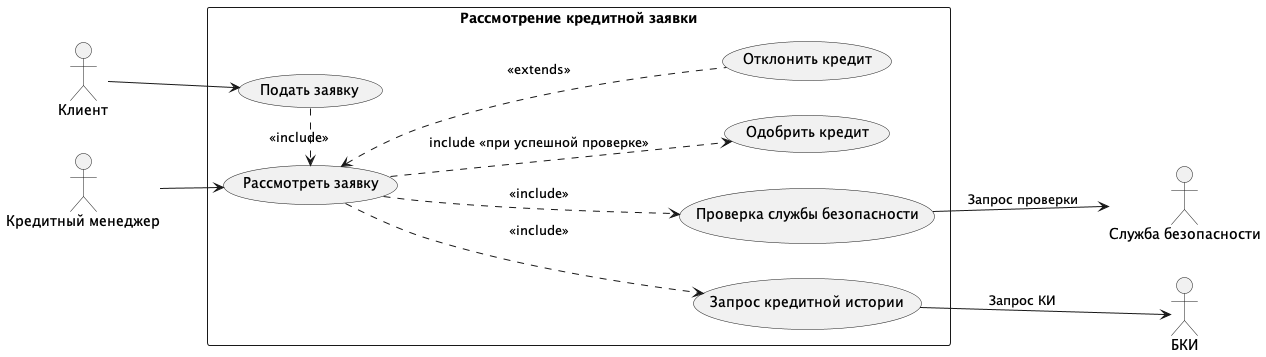
Earlier version of the PlantUML export out/diagrams/task7_use_case/use_case/use_case.png (polokalamu/uml-diagrams_t1). Source of this version:
```plantuml
@startuml
left to right direction
skinparam packageStyle rectangle

actor Client as "Клиент"
actor CreditManager as "Кредитный менеджер"
actor SecurityService as "Служба безопасности"
actor BKI as "БКИ"

rectangle "Рассмотрение кредитной заявки" {
(Подать заявку) as UC1
(Рассмотреть заявку) as UC2
(Проверка службы безопасности) as UC3
(Запрос кредитной истории) as UC4
(Одобрить кредит) as UC5
(Отклонить кредит) as UC6
}

Client --> UC1
UC1 .> UC2: <<include>>
CreditManager --> UC2
UC2 ..> UC3: <<include>>
UC2 ..> UC4: <<include>>
UC3 --> SecurityService: Запрос проверки
UC4 --> BKI: Запрос КИ
UC2 ..> UC5: include <<при успешной проверке>>
UC2 <.. UC6: <<extends>>

@enduml
```
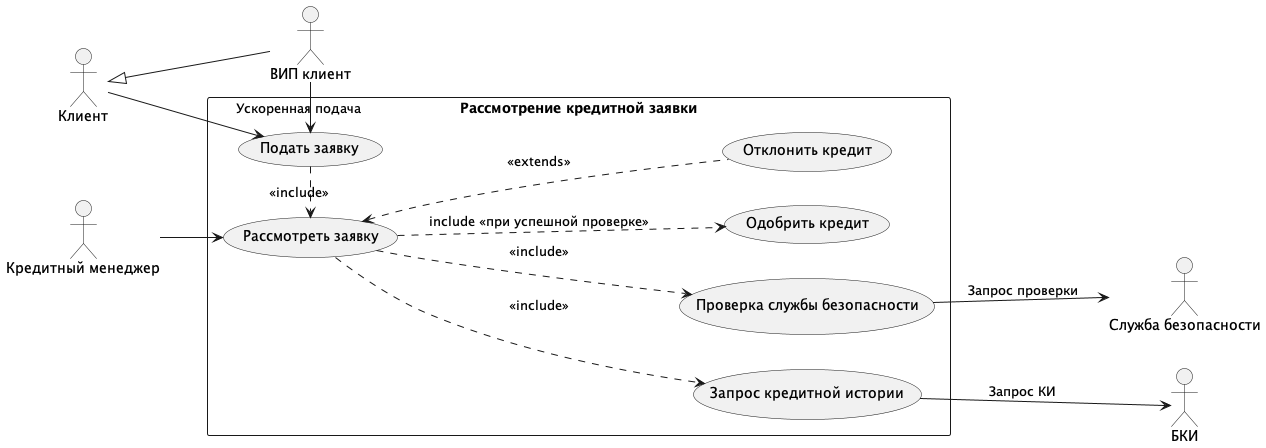
The same file after the commit.

Commit message:
add new output task7

The edit, as a diff of the source:
```diff
@@ -3,9 +3,12 @@
 skinparam packageStyle rectangle
 
 actor Client as "Клиент"
+actor vipClient as "ВИП клиент"
 actor CreditManager as "Кредитный менеджер"
 actor SecurityService as "Служба безопасности"
 actor BKI as "БКИ"
+
+Client <|-- vipClient
 
 rectangle "Рассмотрение кредитной заявки" {
 (Подать заявку) as UC1
@@ -17,6 +20,7 @@
 }
 
 Client --> UC1
+vipClient -left-> UC1: Ускоренная подача
 UC1 .> UC2: <<include>>
 CreditManager --> UC2
 UC2 ..> UC3: <<include>>
```
